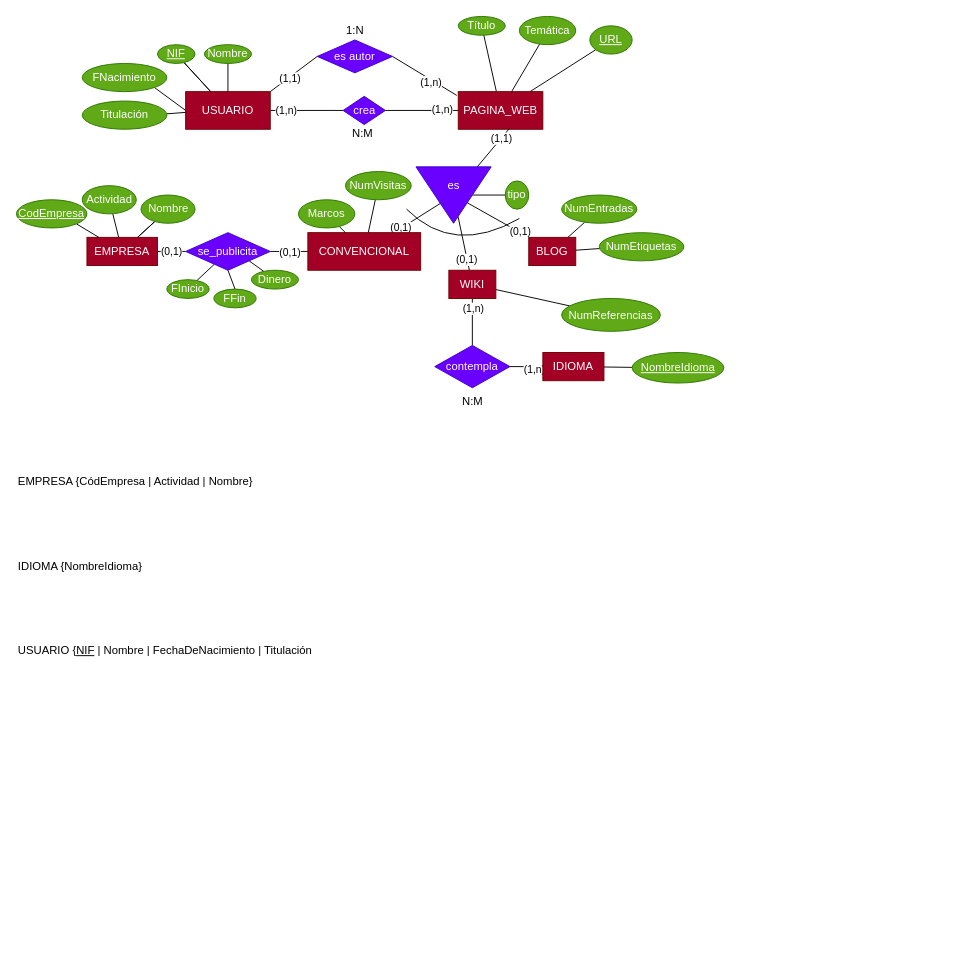
This is page "Ejercicio 10" (3 of 3) of Ejercicio8-9-10.drawio from antonionavarro04/diagramas, a draw.io file, before an edit. Source tidied: cells renumbered, new cells numbered last; positions are measured from the earlier drawing's top-left corner, leaving out a move shared by most shapes. Both pictures are drawn from the tidied source at 94%, with x=0, y=0 at pixel (16, 16).
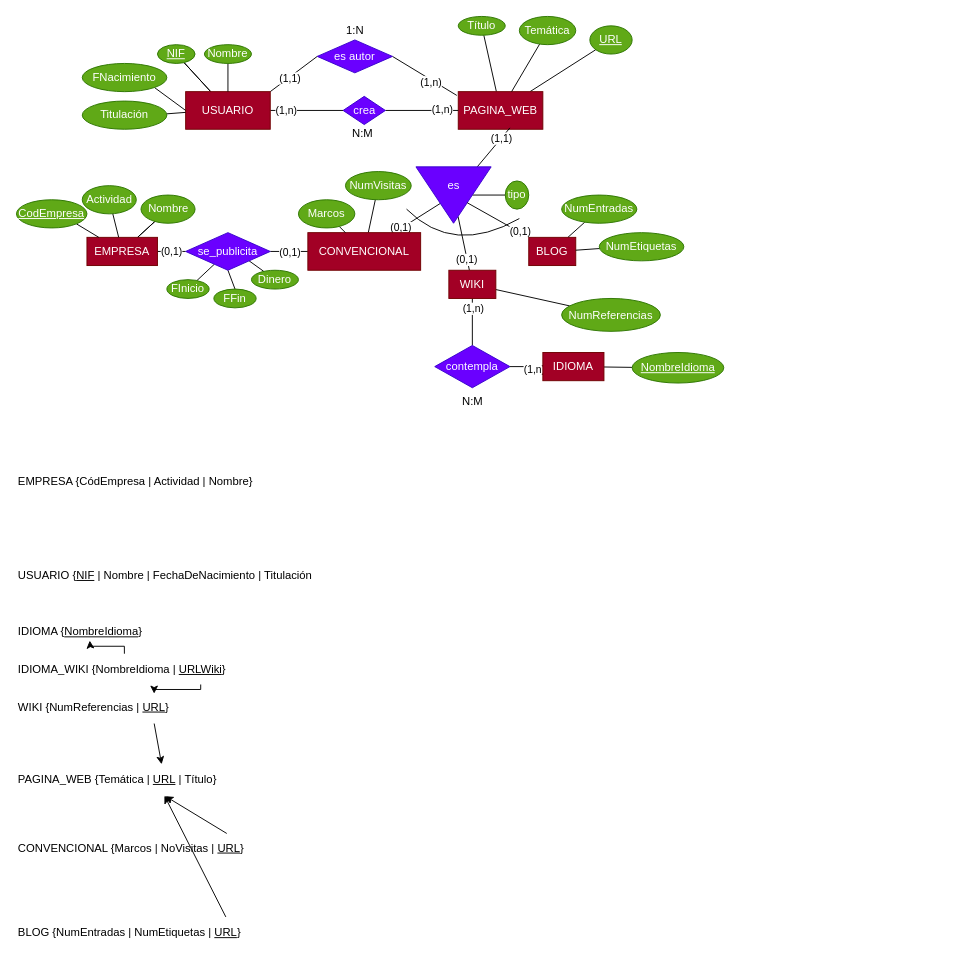
After the change.

The edit, as a diff of the source:
```diff
@@
-    <mxCell id="85" value="IDIOMA {NombreIdioma}" style="text;html=1;strokeColor=none;fillColor=none;align=left;verticalAlign=middle;whiteSpace=wrap;rounded=0;fontStyle=0;" parent="1" vertex="1">
-      <mxGeometry y="570" width="990" height="30" as="geometry" />
+    <mxCell id="85" value="IDIOMA {&lt;u&gt;NombreIdioma&lt;/u&gt;}" style="text;html=1;strokeColor=none;fillColor=none;align=left;verticalAlign=middle;whiteSpace=wrap;rounded=0;fontStyle=0;" parent="1" vertex="1">
+      <mxGeometry y="640" width="990" height="30" as="geometry" />
     </mxCell>
     <mxCell id="86" value="USUARIO {&lt;u&gt;NIF&lt;/u&gt; | Nombre | FechaDeNacimiento | Titulación" style="text;html=1;strokeColor=none;fillColor=none;align=left;verticalAlign=middle;whiteSpace=wrap;rounded=0;fontStyle=0;" parent="1" vertex="1">
-      <mxGeometry y="660" width="990" height="30" as="geometry" />
+      <mxGeometry y="580" width="990" height="30" as="geometry" />
     </mxCell>
+    <mxCell id="87" value="PAGINA_WEB {Temática | &lt;u&gt;URL&lt;/u&gt;&amp;nbsp;| Título}" style="text;html=1;strokeColor=none;fillColor=none;align=left;verticalAlign=middle;whiteSpace=wrap;rounded=0;fontStyle=0;" parent="1" vertex="1">
+      <mxGeometry y="797" width="990" height="30" as="geometry" />
+    </mxCell>
+    <mxCell id="88" value="CONVENCIONAL {Marcos | NoVisitas | &lt;u&gt;URL&lt;/u&gt;}" style="text;html=1;strokeColor=none;fillColor=none;align=left;verticalAlign=middle;whiteSpace=wrap;rounded=0;fontStyle=0;" parent="1" vertex="1">
+      <mxGeometry y="870" width="990" height="30" as="geometry" />
+    </mxCell>
+    <mxCell id="89" value="WIKI {NumReferencias | &lt;u&gt;URL&lt;/u&gt;}" style="text;html=1;strokeColor=none;fillColor=none;align=left;verticalAlign=middle;whiteSpace=wrap;rounded=0;fontStyle=0;" parent="1" vertex="1">
+      <mxGeometry y="720" width="990" height="30" as="geometry" />
+    </mxCell>
+    <mxCell id="90" style="endArrow=classic;html=1;rounded=0;exitX=0.226;exitY=-0.028;exitDx=0;exitDy=0;exitPerimeter=0;entryX=0.16;entryY=1.084;entryDx=0;entryDy=0;entryPerimeter=0;endFill=1;" parent="1" edge="1" source="88" target="87">
+      <mxGeometry relative="1" as="geometry" />
+    </mxCell>
+    <mxCell id="91" style="endArrow=classic;html=1;rounded=0;exitX=0.148;exitY=1.074;exitDx=0;exitDy=0;exitPerimeter=0;entryX=0.156;entryY=-0.048;entryDx=0;entryDy=0;entryPerimeter=0;endFill=1;" parent="1" edge="1" source="89" target="87">
+      <mxGeometry relative="1" as="geometry" />
+    </mxCell>
+    <mxCell id="92" value="BLOG {NumEntradas | NumEtiquetas | &lt;u&gt;URL&lt;/u&gt;}" style="text;html=1;strokeColor=none;fillColor=none;align=left;verticalAlign=middle;whiteSpace=wrap;rounded=0;fontStyle=0;" parent="1" vertex="1">
+      <mxGeometry y="960" width="990" height="30" as="geometry" />
+    </mxCell>
+    <mxCell id="93" style="endArrow=classic;html=1;rounded=0;exitX=0.225;exitY=-0.068;exitDx=0;exitDy=0;exitPerimeter=0;entryX=0.159;entryY=1.064;entryDx=0;entryDy=0;entryPerimeter=0;endFill=1;" parent="1" edge="1" source="92" target="87">
+      <mxGeometry relative="1" as="geometry" />
+    </mxCell>
+    <mxCell id="94" value="IDIOMA_WIKI {NombreIdioma | &lt;u&gt;URLWiki&lt;/u&gt;}" style="text;html=1;strokeColor=none;fillColor=none;align=left;verticalAlign=middle;whiteSpace=wrap;rounded=0;fontStyle=0;" parent="1" vertex="1">
+      <mxGeometry y="680" width="990" height="30" as="geometry" />
+    </mxCell>
+    <mxCell id="95" style="endArrow=classic;html=1;rounded=0;exitX=0.116;exitY=-0.068;exitDx=0;exitDy=0;exitPerimeter=0;endFill=1;edgeStyle=orthogonalEdgeStyle;" parent="1" edge="1" source="94">
+      <mxGeometry relative="1" as="geometry">
+        <mxPoint x="78" y="664" as="targetPoint" />
+      </mxGeometry>
+    </mxCell>
+    <mxCell id="96" style="endArrow=classic;html=1;rounded=0;exitX=0.198;exitY=1.023;exitDx=0;exitDy=0;exitPerimeter=0;entryX=0.148;entryY=0.013;entryDx=0;entryDy=0;entryPerimeter=0;endFill=1;edgeStyle=orthogonalEdgeStyle;" parent="1" edge="1" source="94" target="89">
+      <mxGeometry relative="1" as="geometry">
+        <Array as="points">
+          <mxPoint x="196" y="716" />
+          <mxPoint x="146" y="716" />
+        </Array>
+      </mxGeometry>
+    </mxCell>
```
